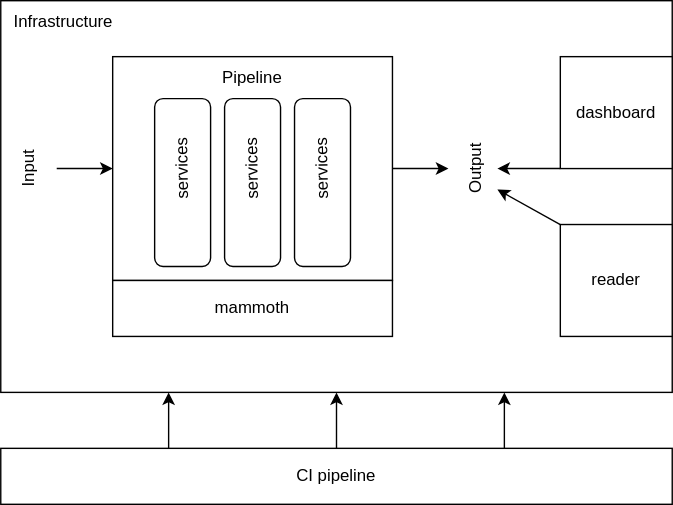
The draw.io diagram arch_abstract.svg in C2DH/digital-monography, before a commit. Source tidied: cells renumbered, new cells last; positions are measured from the earlier drawing's top-left corner, leaving out a move shared by most shapes.
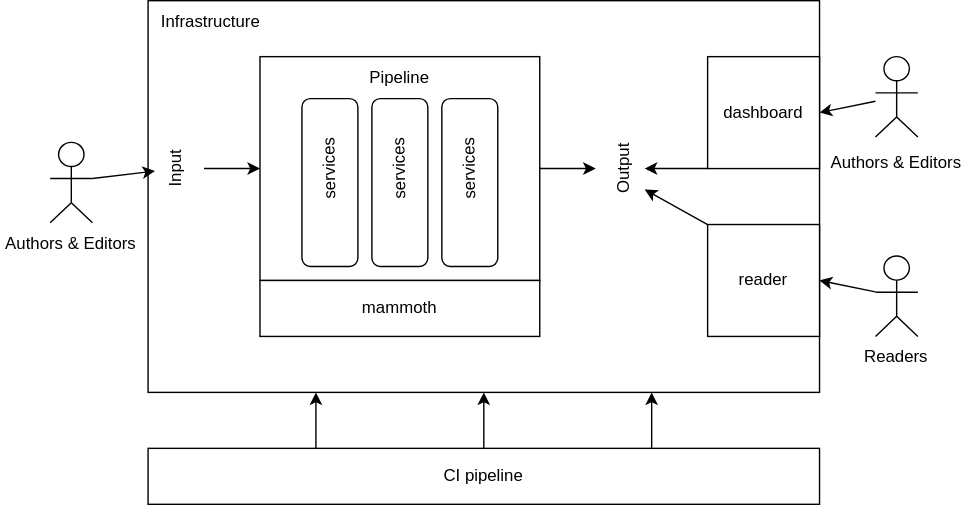
After the change.

Commit message:
Draw actors interactions

Change to the diagram source:
```diff
@@ -93,5 +93,32 @@
     <mxCell id="28" value="Infrastructure" style="text;html=1;strokeColor=none;fillColor=none;align=center;verticalAlign=middle;whiteSpace=wrap;rounded=0;" parent="1" vertex="1">
       <mxGeometry x="10" width="90" height="30" as="geometry" />
     </mxCell>
+    <mxCell id="29" style="edgeStyle=none;html=1;exitX=1;exitY=0.45;exitDx=0;exitDy=0;exitPerimeter=0;" parent="1" edge="1" source="30" target="18">
+      <mxGeometry relative="1" as="geometry" />
+    </mxCell>
+    <mxCell id="30" style="html=1;outlineConnect=0;whiteSpace=wrap;fillColor=none;verticalLabelPosition=bottom;verticalAlign=top;align=center;shape=mxgraph.archimate3.actor;" parent="1" vertex="1">
+      <mxGeometry x="-60" y="101.2" width="30.3" height="57.5" as="geometry" />
+    </mxCell>
+    <mxCell id="31" style="edgeStyle=none;html=1;entryX=1;entryY=0.5;entryDx=0;entryDy=0;" parent="1" edge="1" source="32" target="6">
+      <mxGeometry relative="1" as="geometry" />
+    </mxCell>
+    <mxCell id="32" style="html=1;outlineConnect=0;whiteSpace=wrap;fillColor=none;verticalLabelPosition=bottom;verticalAlign=top;align=center;shape=mxgraph.archimate3.actor;" parent="1" vertex="1">
+      <mxGeometry x="530" y="40" width="30.3" height="57.5" as="geometry" />
+    </mxCell>
+    <mxCell id="33" style="edgeStyle=none;html=1;entryX=1;entryY=0.5;entryDx=0;entryDy=0;" parent="1" edge="1" source="34" target="5">
+      <mxGeometry relative="1" as="geometry" />
+    </mxCell>
+    <mxCell id="34" style="html=1;outlineConnect=0;whiteSpace=wrap;fillColor=none;verticalLabelPosition=bottom;verticalAlign=top;align=center;shape=mxgraph.archimate3.actor;" parent="1" vertex="1">
+      <mxGeometry x="530" y="182.5" width="30.3" height="57.5" as="geometry" />
+    </mxCell>
+    <mxCell id="35" value="Authors &amp;amp; Editors" style="text;html=1;strokeColor=none;fillColor=none;align=center;verticalAlign=middle;whiteSpace=wrap;rounded=0;" parent="1" vertex="1">
+      <mxGeometry x="495.1" y="101.2" width="100" height="30" as="geometry" />
+    </mxCell>
+    <mxCell id="36" value="Readers" style="text;html=1;strokeColor=none;fillColor=none;align=center;verticalAlign=middle;whiteSpace=wrap;rounded=0;" parent="1" vertex="1">
+      <mxGeometry x="495.1" y="240" width="100" height="30" as="geometry" />
+    </mxCell>
+    <mxCell id="37" value="Authors &amp;amp; Editors" style="text;html=1;strokeColor=none;fillColor=none;align=center;verticalAlign=middle;whiteSpace=wrap;rounded=0;" parent="1" vertex="1">
+      <mxGeometry x="-94.9" y="158.8" width="100" height="30" as="geometry" />
+    </mxCell>
   </root>
 </mxGraphModel>
```
